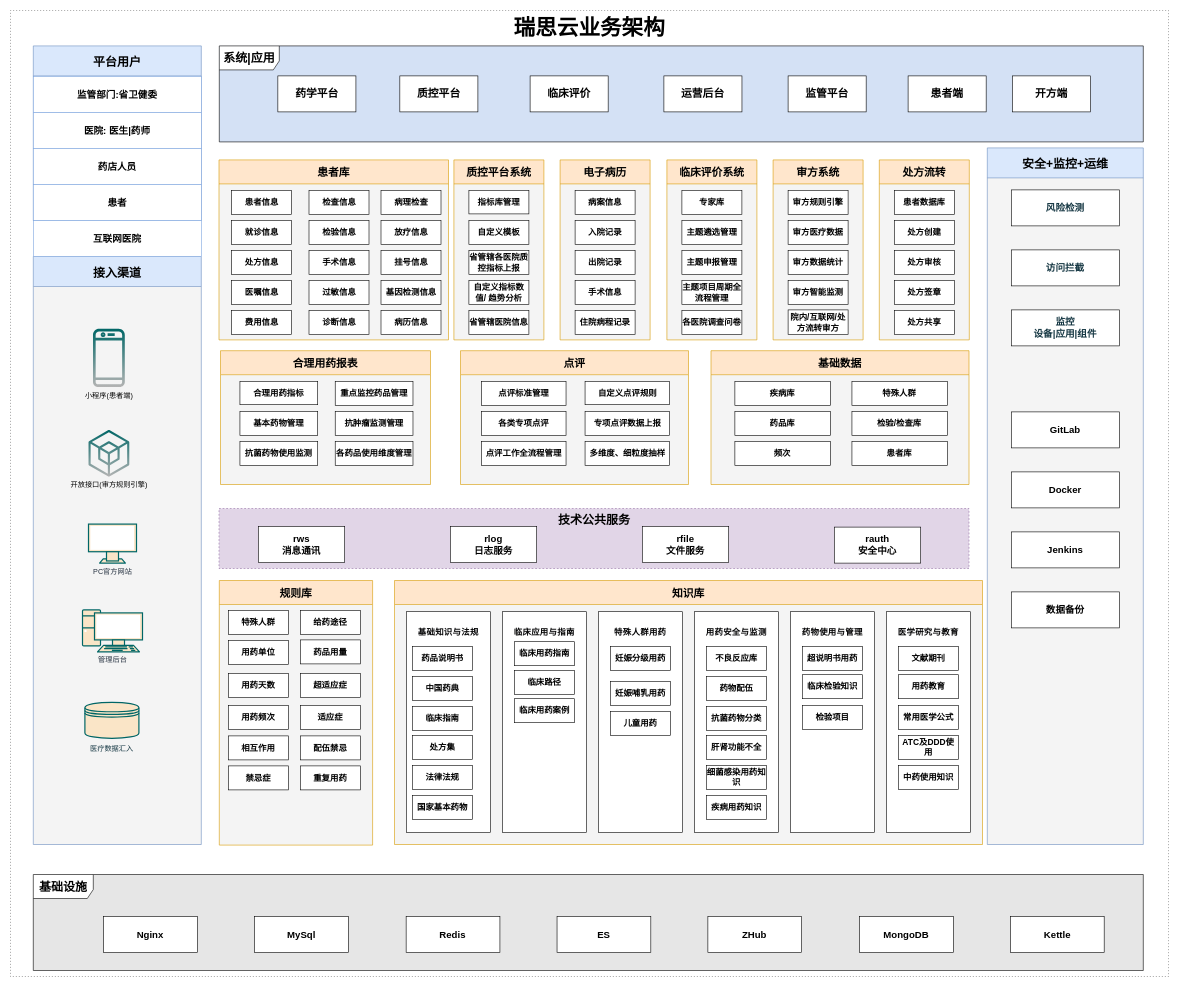
Before: page "【瑞思云业务架构】" (1 of 2) of 未命名绘图.drawio in tc608/dfile, a draw.io diagram. Source tidied: cells renumbered, new cells numbered last; positions are measured from the earlier drawing's top-left corner, leaving out a move shared by most shapes. Both pictures are drawn from the tidied source at 60%, with x=0, y=0 at pixel (10, 10).
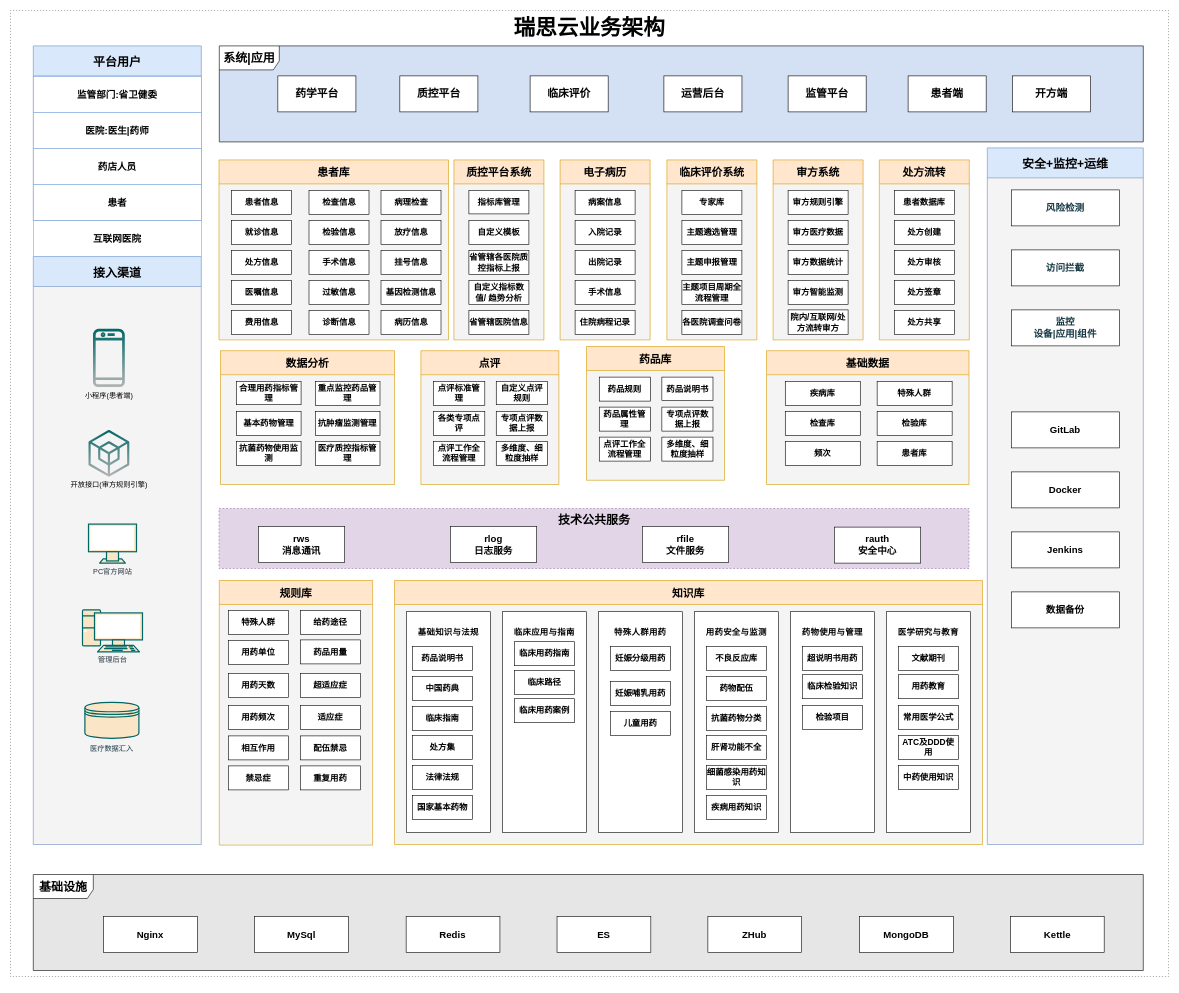
After the change.

Commit message (it also covers changes not shown here):
更新未命名绘图.drawio

What changed in the source:
```diff
@@
-    <mxCell id="27" style="group;" parent="1" vertex="1">
-      <mxGeometry x="38" y="59" width="280" height="291" as="geometry" />
-    </mxCell>
-    <mxCell id="28" value="平台用户" style="swimlane;fontSize=20;align=center;swimlaneFillColor=#f4f4f4;fillColor=#dae8fc;startSize=50;strokeColor=#6c8ebf;fontStyle=1;" parent="27" vertex="1">
-      <mxGeometry width="280" height="291" as="geometry" />
-    </mxCell>
-    <mxCell id="29" value="医院: 医生|药师" style="whiteSpace=wrap;html=1;fontStyle=1;fontSize=16;strokeColor=#7EA6E0;" parent="27" vertex="1">
-      <mxGeometry y="111" width="280" height="60" as="geometry" />
-    </mxCell>
-    <mxCell id="30" value="药店人员" style="whiteSpace=wrap;html=1;fontStyle=1;fontSize=16;strokeColor=#7EA6E0;" parent="27" vertex="1">
-      <mxGeometry y="171" width="280" height="60" as="geometry" />
-    </mxCell>
-    <mxCell id="31" value="患者" style="whiteSpace=wrap;html=1;fontStyle=1;fontSize=16;strokeColor=#7EA6E0;" parent="27" vertex="1">
-      <mxGeometry y="231" width="280" height="60" as="geometry" />
-    </mxCell>
-    <mxCell id="32" value="监管部门:省卫健委" style="whiteSpace=wrap;html=1;fontStyle=1;fontSize=16;strokeColor=#7EA6E0;" parent="27" vertex="1">
-      <mxGeometry y="51" width="280" height="60" as="geometry" />
-    </mxCell>
@@
     <mxCell id="147" style="group;" parent="1" vertex="1">
-      <mxGeometry x="350" y="567" width="350" height="223" as="geometry" />
+      <mxGeometry x="350" y="567" width="290" height="223" as="geometry" />
     </mxCell>
-    <mxCell id="148" value="合理用药报表" style="swimlane;fontSize=18;align=center;swimlaneFillColor=#f4f4f4;fillColor=#ffe6cc;startSize=40;strokeColor=#d79b00;fontStyle=1;" parent="147" vertex="1">
-      <mxGeometry width="350" height="223" as="geometry" />
+    <mxCell id="148" value="数据分析" style="swimlane;fontSize=18;align=center;swimlaneFillColor=#f4f4f4;fillColor=#ffe6cc;startSize=40;strokeColor=#d79b00;fontStyle=1;" parent="147" vertex="1">
+      <mxGeometry width="290" height="223" as="geometry" />
     </mxCell>
-    <mxCell id="149" value="合理用药指标" style="whiteSpace=wrap;html=1;fontSize=14;fontStyle=1;" parent="147" vertex="1">
-      <mxGeometry x="32.4" y="51" width="129.6" height="39" as="geometry" />
+    <mxCell id="149" value="合理用药指标管理" style="whiteSpace=wrap;html=1;fontSize=14;fontStyle=1;" parent="147" vertex="1">
+      <mxGeometry x="26.9" y="51" width="107.4" height="39" as="geometry" />
     </mxCell>
     <mxCell id="150" value="基本药物管理" style="whiteSpace=wrap;html=1;fontSize=14;fontStyle=1;" parent="147" vertex="1">
-      <mxGeometry x="32.4" y="101" width="129.6" height="40" as="geometry" />
+      <mxGeometry x="26.9" y="101" width="107.4" height="40" as="geometry" />
     </mxCell>
     <mxCell id="151" value="抗菌药物使用监测" style="whiteSpace=wrap;html=1;fontSize=14;fontStyle=1;" parent="147" vertex="1">
-      <mxGeometry x="32.4" y="151" width="129.6" height="40" as="geometry" />
+      <mxGeometry x="26.9" y="151" width="107.4" height="40" as="geometry" />
     </mxCell>
     <mxCell id="152" value="重点监控药品管理" style="whiteSpace=wrap;html=1;fontSize=14;fontStyle=1;" parent="147" vertex="1">
-      <mxGeometry x="191.2" y="51" width="129.6" height="40" as="geometry" />
+      <mxGeometry x="158.4" y="51" width="107.4" height="40" as="geometry" />
     </mxCell>
     <mxCell id="153" value="抗肿瘤监测管理" style="whiteSpace=wrap;html=1;fontSize=14;fontStyle=1;" parent="147" vertex="1">
-      <mxGeometry x="191.2" y="101" width="129.6" height="40" as="geometry" />
+      <mxGeometry x="158.4" y="101" width="107.4" height="40" as="geometry" />
     </mxCell>
-    <mxCell id="154" value="各药品使用维度管理" style="whiteSpace=wrap;html=1;fontSize=14;fontStyle=1;" parent="147" vertex="1">
-      <mxGeometry x="191.2" y="151" width="129.6" height="40" as="geometry" />
+    <mxCell id="154" value="医疗质控指标管理" style="whiteSpace=wrap;html=1;fontSize=14;fontStyle=1;" parent="147" vertex="1">
+      <mxGeometry x="158.4" y="151" width="107.4" height="40" as="geometry" />
     </mxCell>
     <mxCell id="155" style="group;" parent="1" vertex="1">
-      <mxGeometry x="750" y="567" width="380" height="223" as="geometry" />
+      <mxGeometry x="684" y="567" width="230" height="223" as="geometry" />
     </mxCell>
     <mxCell id="156" value="点评" style="swimlane;fontSize=18;align=center;swimlaneFillColor=#f4f4f4;fillColor=#ffe6cc;startSize=40;strokeColor=#d79b00;fontStyle=1;" parent="155" vertex="1">
-      <mxGeometry width="380" height="223" as="geometry" />
+      <mxGeometry width="230" height="223" as="geometry" />
     </mxCell>
     <mxCell id="157" value="点评标准管理" style="whiteSpace=wrap;html=1;fontSize=14;fontStyle=1;" parent="155" vertex="1">
-      <mxGeometry x="35.2" y="51" width="140.7" height="40" as="geometry" />
+      <mxGeometry x="21.3" y="51" width="85.2" height="40" as="geometry" />
     </mxCell>
     <mxCell id="158" value="各类专项点评" style="whiteSpace=wrap;html=1;fontSize=14;fontStyle=1;" parent="155" vertex="1">
-      <mxGeometry x="35.2" y="101" width="140.7" height="40" as="geometry" />
+      <mxGeometry x="21.3" y="101" width="85.2" height="40" as="geometry" />
     </mxCell>
     <mxCell id="159" value="点评工作全流程管理" style="whiteSpace=wrap;html=1;fontSize=14;fontStyle=1;" parent="155" vertex="1">
-      <mxGeometry x="35.2" y="151" width="140.7" height="40" as="geometry" />
+      <mxGeometry x="21.3" y="151" width="85.2" height="40" as="geometry" />
     </mxCell>
     <mxCell id="160" value="自定义点评规则" style="whiteSpace=wrap;html=1;fontSize=14;fontStyle=1;" parent="155" vertex="1">
-      <mxGeometry x="207.6" y="51" width="140.7" height="39" as="geometry" />
+      <mxGeometry x="125.6" y="51" width="85.2" height="39" as="geometry" />
     </mxCell>
     <mxCell id="161" value="专项点评数据上报" style="whiteSpace=wrap;html=1;fontSize=14;fontStyle=1;" parent="155" vertex="1">
-      <mxGeometry x="207.6" y="101" width="140.7" height="40" as="geometry" />
+      <mxGeometry x="125.6" y="101" width="85.2" height="40" as="geometry" />
     </mxCell>
     <mxCell id="162" value="多维度、细粒度抽样" style="whiteSpace=wrap;html=1;fontSize=14;fontStyle=1;" parent="155" vertex="1">
-      <mxGeometry x="207.6" y="151" width="140.7" height="40" as="geometry" />
+      <mxGeometry x="125.6" y="151" width="85.2" height="40" as="geometry" />
     </mxCell>
     <mxCell id="163" style="group;" parent="1" vertex="1">
-      <mxGeometry x="1167.5" y="567" width="430" height="223" as="geometry" />
+      <mxGeometry x="1260" y="567" width="337.5" height="223" as="geometry" />
     </mxCell>
     <mxCell id="164" value="基础数据" style="swimlane;fontSize=18;align=center;swimlaneFillColor=#f4f4f4;fillColor=#ffe6cc;startSize=40;strokeColor=#d79b00;fontStyle=1;" parent="163" vertex="1">
-      <mxGeometry width="430" height="223" as="geometry" />
+      <mxGeometry width="337.5" height="223" as="geometry" />
     </mxCell>
     <mxCell id="165" value="疾病库" style="whiteSpace=wrap;html=1;fontSize=14;fontStyle=1;" parent="163" vertex="1">
-      <mxGeometry x="39.8" y="51" width="159.3" height="40" as="geometry" />
+      <mxGeometry x="31.3" y="51" width="125" height="40" as="geometry" />
     </mxCell>
-    <mxCell id="166" value="药品库" style="whiteSpace=wrap;html=1;fontSize=14;fontStyle=1;" parent="163" vertex="1">
-      <mxGeometry x="39.8" y="101" width="159.3" height="40" as="geometry" />
+    <mxCell id="166" value="检查库" style="whiteSpace=wrap;html=1;fontSize=14;fontStyle=1;" parent="163" vertex="1">
+      <mxGeometry x="31.3" y="101" width="125" height="40" as="geometry" />
     </mxCell>
     <mxCell id="167" value="频次" style="whiteSpace=wrap;html=1;fontSize=14;fontStyle=1;" parent="163" vertex="1">
-      <mxGeometry x="39.8" y="151" width="159.3" height="40" as="geometry" />
+      <mxGeometry x="31.3" y="151" width="125" height="40" as="geometry" />
     </mxCell>
     <mxCell id="168" value="特殊人群" style="whiteSpace=wrap;html=1;fontSize=14;fontStyle=1;" parent="163" vertex="1">
-      <mxGeometry x="234.9" y="51" width="159.3" height="40" as="geometry" />
+      <mxGeometry x="184.4" y="51" width="125" height="40" as="geometry" />
     </mxCell>
-    <mxCell id="169" value="检验/检查库" style="whiteSpace=wrap;html=1;fontSize=14;fontStyle=1;" parent="163" vertex="1">
-      <mxGeometry x="234.9" y="101" width="159.3" height="40" as="geometry" />
+    <mxCell id="169" value="检验库" style="whiteSpace=wrap;html=1;fontSize=14;fontStyle=1;" parent="163" vertex="1">
+      <mxGeometry x="184.4" y="101" width="125" height="40" as="geometry" />
     </mxCell>
     <mxCell id="170" value="患者库" style="whiteSpace=wrap;html=1;fontSize=14;fontStyle=1;" parent="163" vertex="1">
-      <mxGeometry x="234.9" y="151" width="159.3" height="40" as="geometry" />
+      <mxGeometry x="184.4" y="151" width="125" height="40" as="geometry" />
     </mxCell>
@@
+    <mxCell id="28" value="平台用户" style="swimlane;fontSize=20;align=center;swimlaneFillColor=#f4f4f4;fillColor=#dae8fc;startSize=50;strokeColor=#6c8ebf;fontStyle=1;" parent="1" vertex="1">
+      <mxGeometry x="38" y="59" width="280" height="291" as="geometry" />
+    </mxCell>
+    <mxCell id="29" value="医院:医生|药师" style="whiteSpace=wrap;html=1;fontStyle=1;fontSize=16;strokeColor=#7EA6E0;" parent="1" vertex="1">
+      <mxGeometry x="38" y="170" width="280" height="60" as="geometry" />
+    </mxCell>
+    <mxCell id="30" value="药店人员" style="whiteSpace=wrap;html=1;fontStyle=1;fontSize=16;strokeColor=#7EA6E0;" parent="1" vertex="1">
+      <mxGeometry x="38" y="230" width="280" height="60" as="geometry" />
+    </mxCell>
+    <mxCell id="31" value="患者" style="whiteSpace=wrap;html=1;fontStyle=1;fontSize=16;strokeColor=#7EA6E0;" parent="1" vertex="1">
+      <mxGeometry x="38" y="290" width="280" height="60" as="geometry" />
+    </mxCell>
+    <mxCell id="32" value="监管部门:省卫健委" style="whiteSpace=wrap;html=1;fontStyle=1;fontSize=16;strokeColor=#7EA6E0;" parent="1" vertex="1">
+      <mxGeometry x="38" y="110" width="280" height="60" as="geometry" />
+    </mxCell>
+    <mxCell id="172" style="group;" parent="1" vertex="1">
+      <mxGeometry x="960" y="560" width="230" height="223" as="geometry" />
+    </mxCell>
+    <mxCell id="173" value="药品库" style="swimlane;fontSize=18;align=center;swimlaneFillColor=#f4f4f4;fillColor=#ffe6cc;startSize=40;strokeColor=#d79b00;fontStyle=1;" parent="172" vertex="1">
+      <mxGeometry width="230" height="223" as="geometry" />
+    </mxCell>
+    <mxCell id="174" value="药品规则" style="whiteSpace=wrap;html=1;fontSize=14;fontStyle=1;" parent="172" vertex="1">
+      <mxGeometry x="21.3" y="51" width="85.2" height="40" as="geometry" />
+    </mxCell>
+    <mxCell id="175" value="药品属性管理" style="whiteSpace=wrap;html=1;fontSize=14;fontStyle=1;" parent="172" vertex="1">
+      <mxGeometry x="21.3" y="101" width="85.2" height="40" as="geometry" />
+    </mxCell>
+    <mxCell id="176" value="点评工作全流程管理" style="whiteSpace=wrap;html=1;fontSize=14;fontStyle=1;" parent="172" vertex="1">
+      <mxGeometry x="21.3" y="151" width="85.2" height="40" as="geometry" />
+    </mxCell>
+    <mxCell id="177" value="药品说明书" style="whiteSpace=wrap;html=1;fontSize=14;fontStyle=1;" parent="172" vertex="1">
+      <mxGeometry x="125.6" y="51" width="85.2" height="39" as="geometry" />
+    </mxCell>
+    <mxCell id="178" value="专项点评数据上报" style="whiteSpace=wrap;html=1;fontSize=14;fontStyle=1;" parent="172" vertex="1">
+      <mxGeometry x="125.6" y="101" width="85.2" height="40" as="geometry" />
+    </mxCell>
+    <mxCell id="179" value="多维度、细粒度抽样" style="whiteSpace=wrap;html=1;fontSize=14;fontStyle=1;" parent="172" vertex="1">
+      <mxGeometry x="125.6" y="151" width="85.2" height="40" as="geometry" />
+    </mxCell>
```
